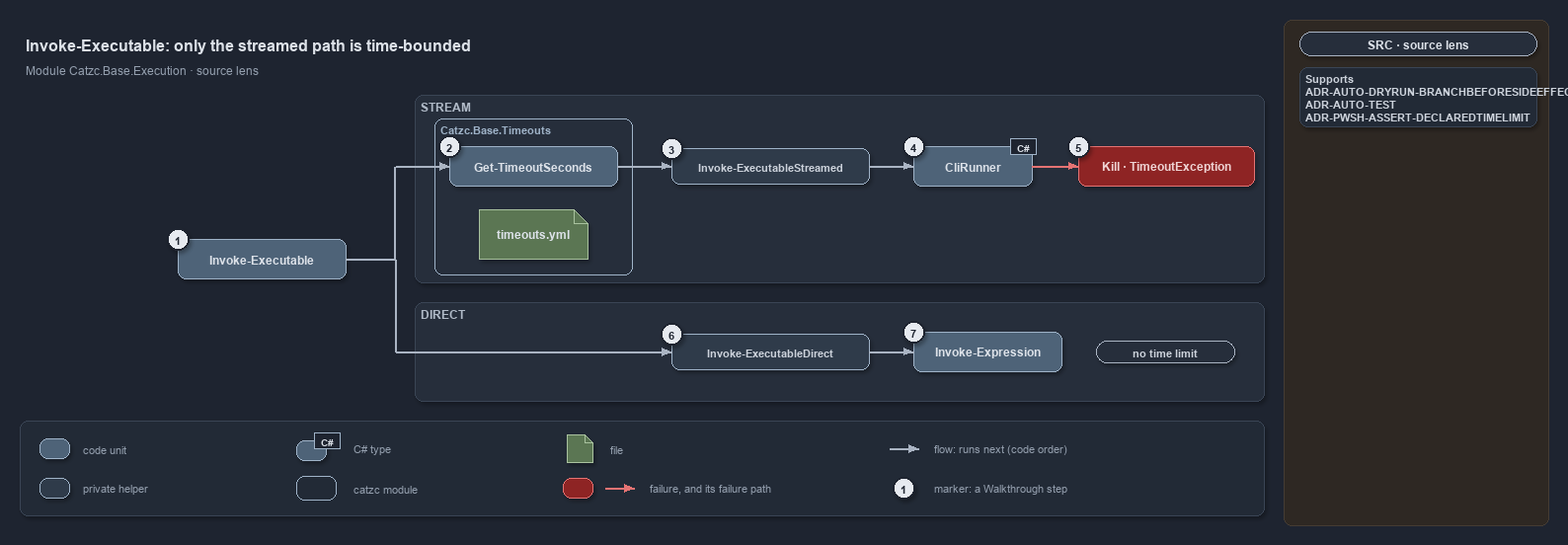
The draw.io diagram docs/references/pwsh/.assets/invoke-executable-two-paths-one-bounded/diagram.drawio.png in casperease/catzc, before a commit. Source tidied: cells renumbered, new cells last; positions are measured from the earlier drawing's top-left corner, leaving out a move shared by most shapes.
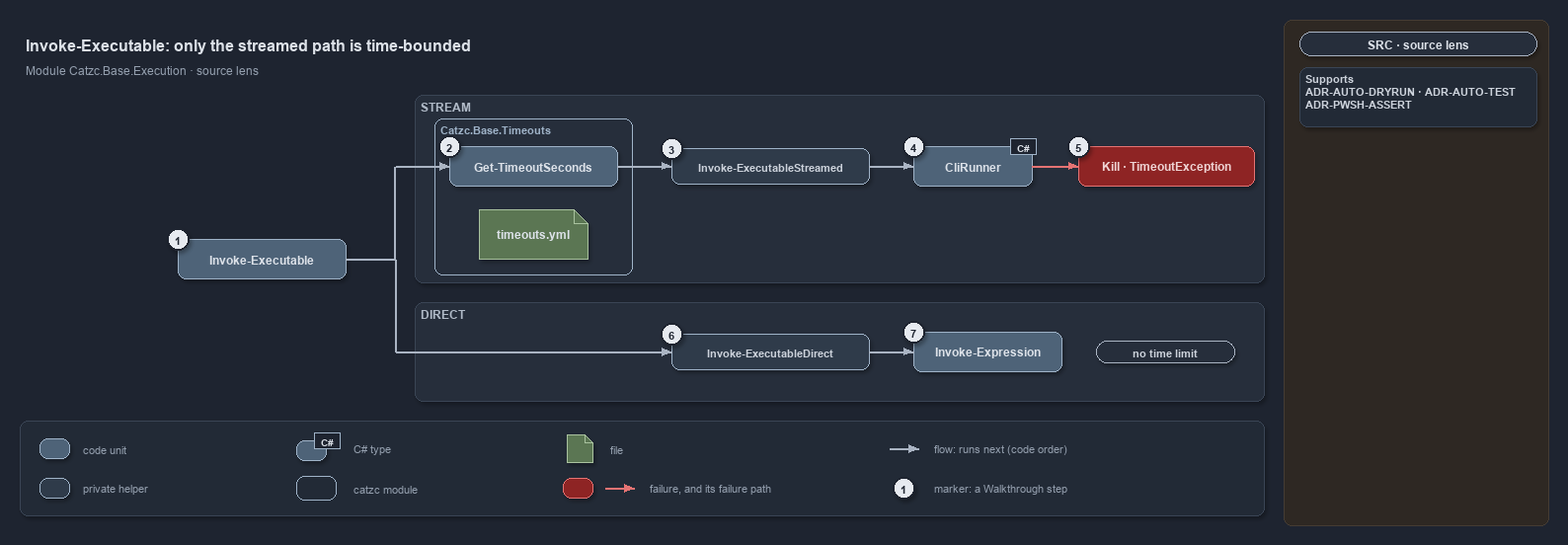
The same diagram one commit later.

Change to the diagram source:
```diff
@@ -179,7 +179,7 @@
     <mxCell id="60" value="SRC · source lens" style="rounded=1;arcSize=50;whiteSpace=wrap;html=1;fillColor=#262E3B;strokeColor=#AAB4C3;fontColor=#DDE2E9;fontStyle=1;fontSize=12;" parent="1" vertex="1">
       <mxGeometry x="1296" y="12" width="240" height="24" as="geometry" />
     </mxCell>
-    <mxCell id="61" value="&lt;b&gt;Supports&lt;/b&gt;&lt;br&gt;ADR-AUTO-DRYRUN-BRANCHBEFORESIDEEFFECT&lt;br&gt;ADR-AUTO-TEST&lt;br&gt;ADR-PWSH-ASSERT-DECLAREDTIMELIMIT" style="rounded=1;arcSize=6;whiteSpace=wrap;html=1;align=left;verticalAlign=top;spacingLeft=6;fontSize=11;fontColor=#CDD3DC;fillColor=#222A36;strokeColor=#3A4555;" parent="1" vertex="1">
+    <mxCell id="61" value="&lt;b&gt;Supports&lt;/b&gt;&lt;br&gt;ADR-AUTO-DRYRUN &amp;#183; ADR-AUTO-TEST&lt;br&gt;ADR-PWSH-ASSERT" style="rounded=1;arcSize=6;whiteSpace=wrap;html=1;align=left;verticalAlign=top;spacingLeft=6;fontSize=11;fontColor=#CDD3DC;fillColor=#222A36;strokeColor=#3A4555;" parent="1" vertex="1">
       <mxGeometry x="1296" y="48" width="240" height="60" as="geometry" />
     </mxCell>
   </root>
```
